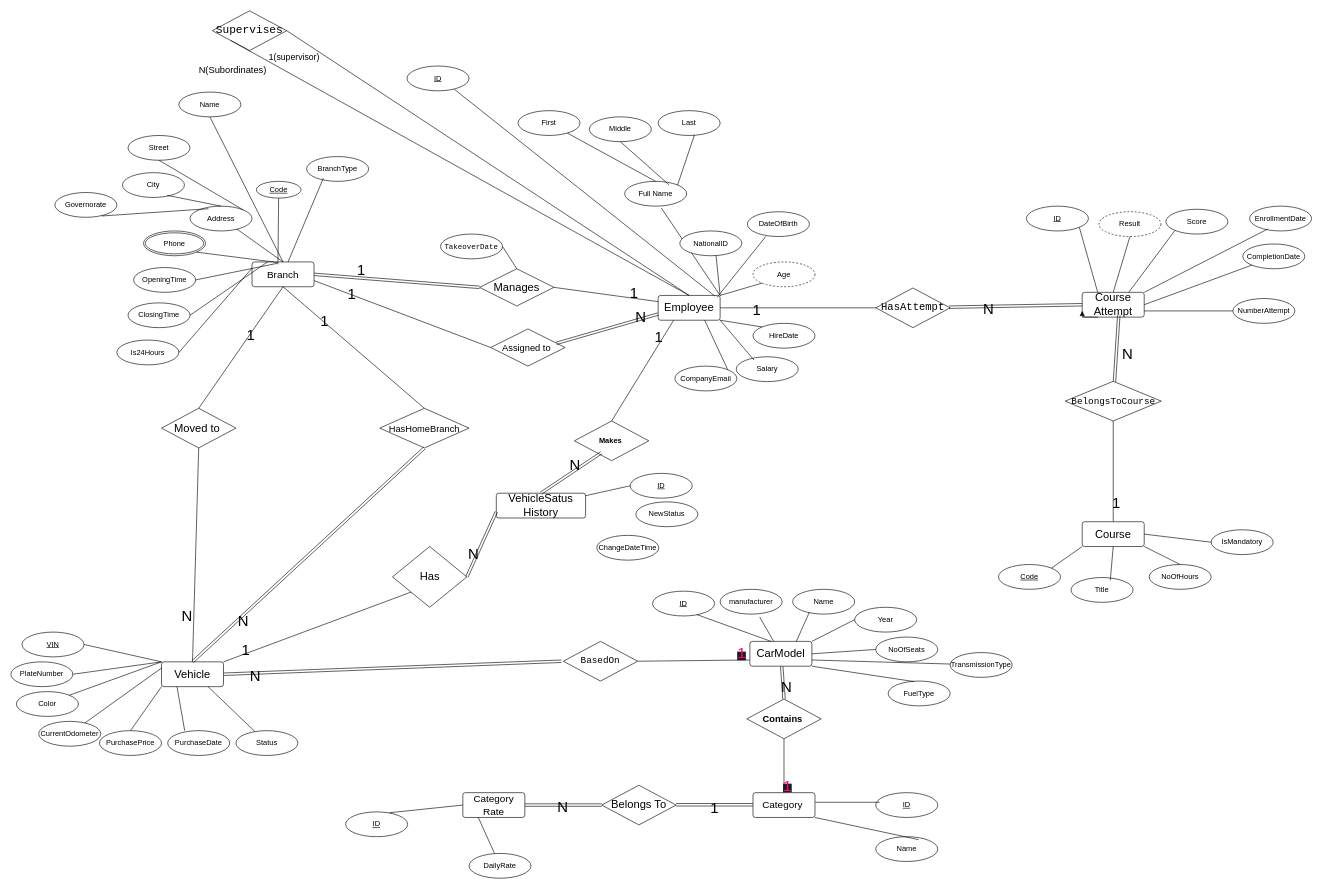
The draw.io diagram page "1-ERD-1-Staff , Fleet" (1 of 14) of DriveNow.drawio in ahmed7wael/ahmed7wael-Database-Assignment-1, before the edit. Source tidied: cells renumbered, new cells numbered last; positions are measured from the earlier drawing's top-left corner, leaving out a move shared by most shapes. Both pictures are drawn from the tidied source at 62%, with x=0, y=0 at pixel (11, 11).
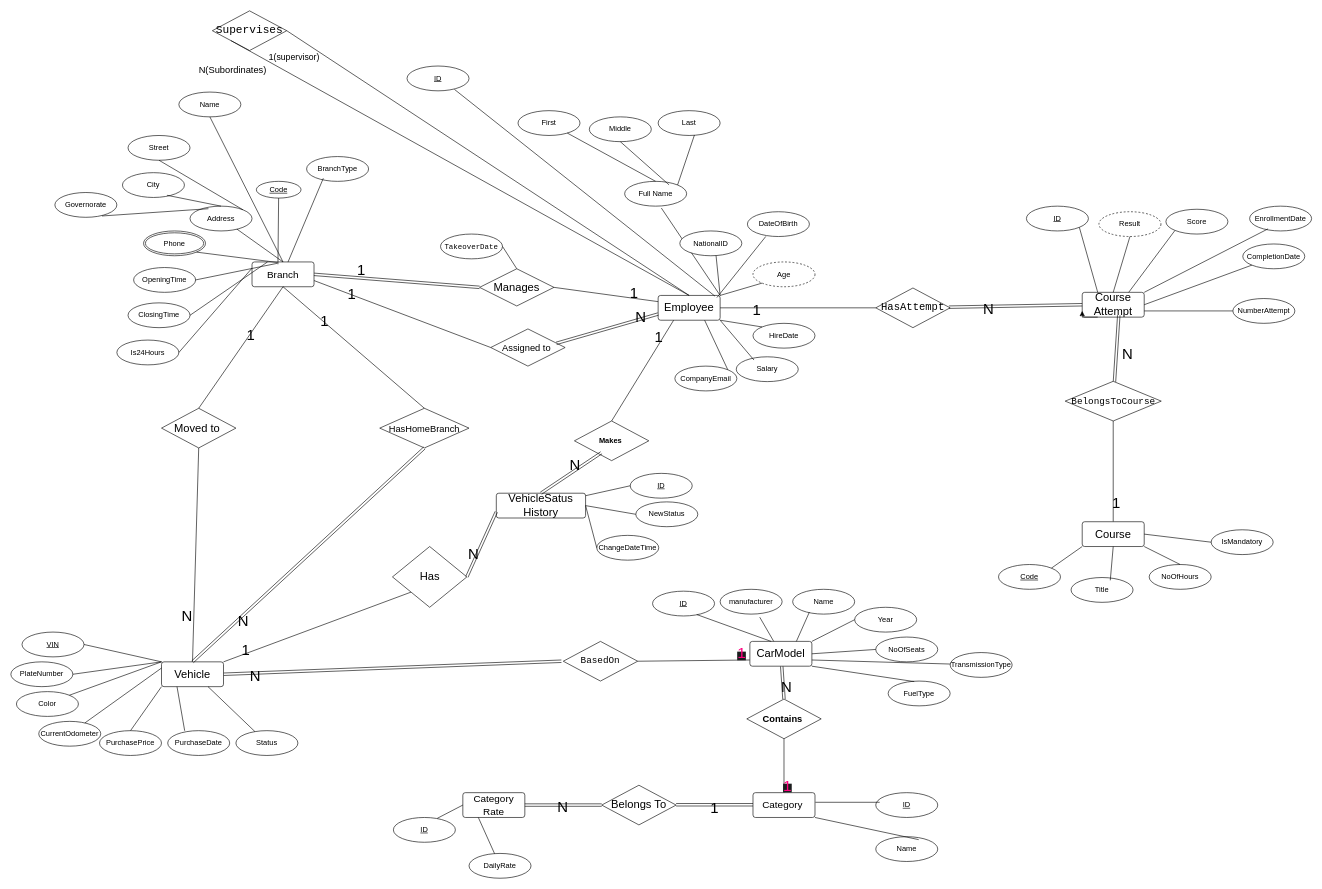
The same diagram, later.

Unchanged cells that the change refers to:
```xml
<mxCell id="2" style="group;" parent="1" vertex="1">
  <mxGeometry x="657" y="369" width="945" height="567" as="geometry" />
</mxCell>
<mxCell id="24" value="&lt;font style=&quot;font-size: 18px;&quot;&gt;VehicleSatus History&lt;/font&gt;" style="rounded=1;arcSize=10;whiteSpace=wrap;html=1;align=center;" parent="2" vertex="1">
  <mxGeometry x="126" y="409" width="144" height="40" as="geometry" />
</mxCell>
<mxCell id="40" value="NewStatus" style="ellipse;whiteSpace=wrap;html=1;align=center;fontColor=light-dark(#000000,#FF3333);" parent="2" vertex="1">
  <mxGeometry x="351" y="423" width="100" height="40" as="geometry" />
</mxCell>
<mxCell id="41" value="ChangeDateTime" style="ellipse;whiteSpace=wrap;html=1;align=center;fontColor=light-dark(#000000,#FF3333);" parent="2" vertex="1">
  <mxGeometry x="288" y="477" width="100" height="40" as="geometry" />
</mxCell>
```

Change to the diagram source:
```diff
@@
+    <mxCell id="180" style="endArrow=none;html=1;rounded=0;defaultLabelBackgroundColor=page;labelPadding=0 4;entryX=0;entryY=0.5;entryDx=0;entryDy=0;exitX=1;exitY=0.5;exitDx=0;exitDy=0;" parent="2" edge="1" source="24" target="40">
+      <mxGeometry relative="1" as="geometry" />
+    </mxCell>
+    <mxCell id="181" style="endArrow=none;html=1;rounded=0;defaultLabelBackgroundColor=page;labelPadding=0 4;entryX=0;entryY=0.5;entryDx=0;entryDy=0;exitX=1;exitY=0.5;exitDx=0;exitDy=0;" parent="2" edge="1" source="24" target="41">
+      <mxGeometry relative="1" as="geometry" />
+    </mxCell>
@@
     <mxCell id="173" value="ID" style="ellipse;whiteSpace=wrap;html=1;align=center;fontStyle=4;fontColor=light-dark(#000000,#FF3333);" parent="1" vertex="1">
-      <mxGeometry x="540" y="1292" width="100" height="40" as="geometry" />
+      <mxGeometry x="617" y="1301" width="100" height="40" as="geometry" />
     </mxCell>
```
